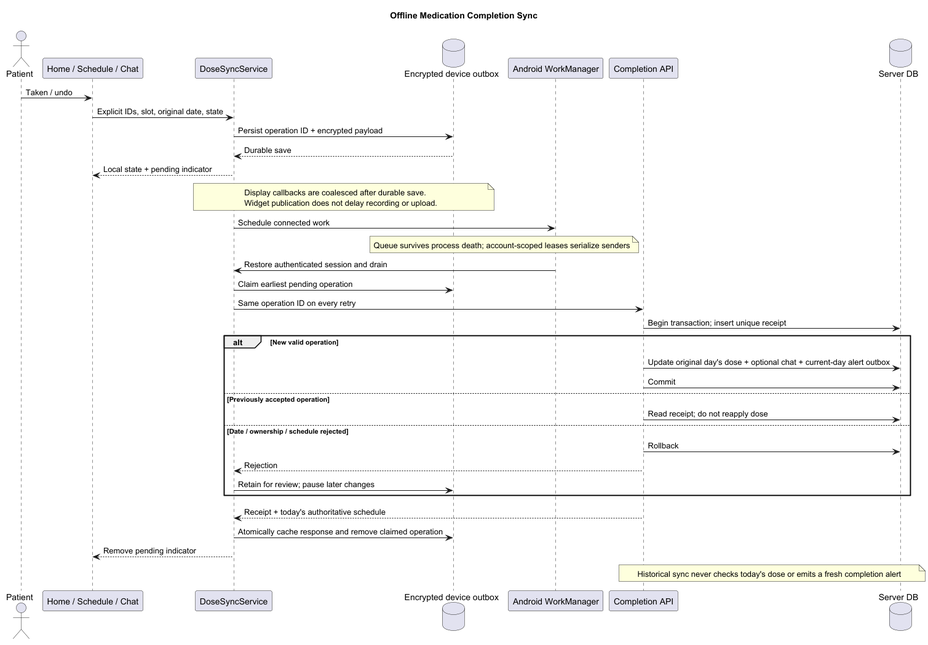
1window2/MedBuddy keeps this PlantUML diagram as docs/UML/sequence/OfflineDoseSync.png. Above is the earlier version.
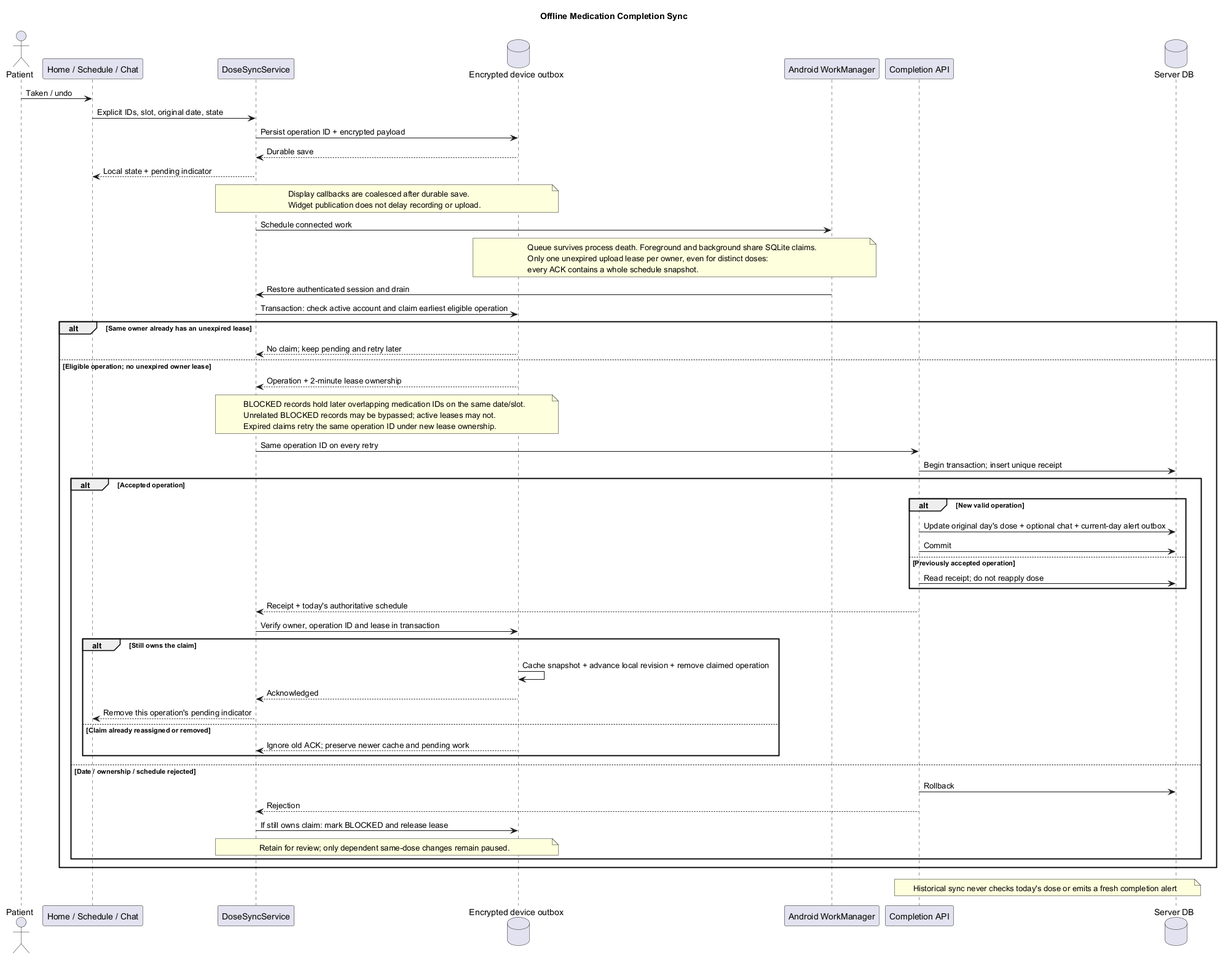
The same file after the commit.

Commit message:
docs(dose-sync): describe account upload leases and acknowledgement ordering

Change to the diagram source:
```diff
@@ -15,23 +15,38 @@
 Sync --> UI: Local state + pending indicator
 note over Sync,Local: Display callbacks are coalesced after durable save.\nWidget publication does not delay recording or upload.
 Sync -> Worker: Schedule connected work
-note over Local, Worker: Queue survives process death; account-scoped leases serialize senders
+note over Local, Worker: Queue survives process death. Foreground and background share SQLite claims.\nOnly one unexpired upload lease per owner, even for distinct doses:\nevery ACK contains a whole schedule snapshot.
 Worker -> Sync: Restore authenticated session and drain
-Sync -> Local: Claim earliest pending operation
-Sync -> API: Same operation ID on every retry
-API -> DB: Begin transaction; insert unique receipt
-alt New valid operation
-  API -> DB: Update original day's dose + optional chat + current-day alert outbox
-  API -> DB: Commit
-else Previously accepted operation
-  API -> DB: Read receipt; do not reapply dose
-else Date / ownership / schedule rejected
-  API -> DB: Rollback
-  API --> Sync: Rejection
-  Sync -> Local: Retain for review; pause later changes
+Sync -> Local: Transaction: check active account and claim earliest eligible operation
+alt Same owner already has an unexpired lease
+  Local --> Sync: No claim; keep pending and retry later
+else Eligible operation; no unexpired owner lease
+  Local --> Sync: Operation + 2-minute lease ownership
+  note over Sync,Local: BLOCKED records hold later overlapping medication IDs on the same date/slot.\nUnrelated BLOCKED records may be bypassed; active leases may not.\nExpired claims retry the same operation ID under new lease ownership.
+  Sync -> API: Same operation ID on every retry
+  API -> DB: Begin transaction; insert unique receipt
+  alt Accepted operation
+    alt New valid operation
+      API -> DB: Update original day's dose + optional chat + current-day alert outbox
+      API -> DB: Commit
+    else Previously accepted operation
+      API -> DB: Read receipt; do not reapply dose
+    end
+    API --> Sync: Receipt + today's authoritative schedule
+    Sync -> Local: Verify owner, operation ID and lease in transaction
+    alt Still owns the claim
+      Local -> Local: Cache snapshot + advance local revision + remove claimed operation
+      Local --> Sync: Acknowledged
+      Sync --> UI: Remove this operation's pending indicator
+    else Claim already reassigned or removed
+      Local --> Sync: Ignore old ACK; preserve newer cache and pending work
+    end
+  else Date / ownership / schedule rejected
+    API -> DB: Rollback
+    API --> Sync: Rejection
+    Sync -> Local: If still owns claim: mark BLOCKED and release lease
+    note over Sync,Local: Retain for review; only dependent same-dose changes remain paused.
+  end
 end
-API --> Sync: Receipt + today's authoritative schedule
-Sync -> Local: Atomically cache response and remove claimed operation
-Sync --> UI: Remove pending indicator
 note over API, DB: Historical sync never checks today's dose or emits a fresh completion alert
 @enduml
```
